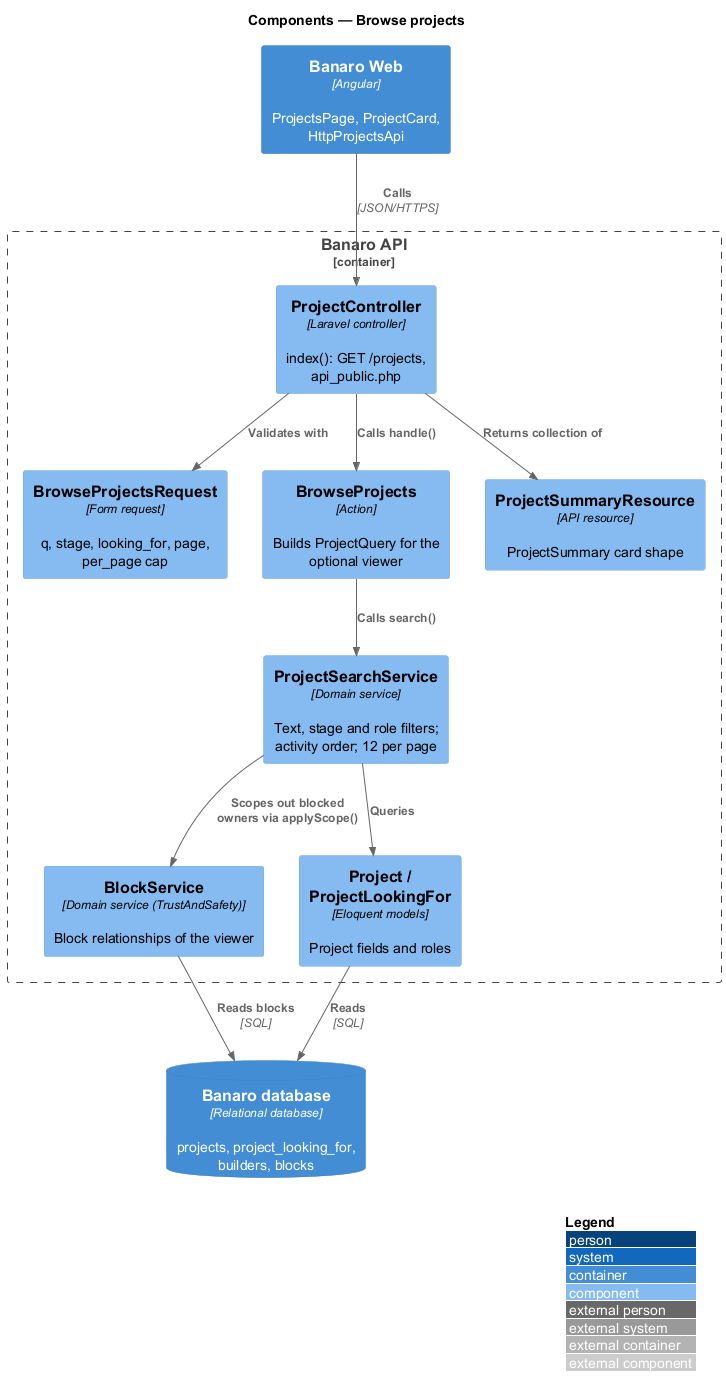
This is docs/detailed-designs/projects/browse-projects/diagrams/c4-component.png from QuinntyneBrown/banaro, a PlantUML export, as it was before one commit.
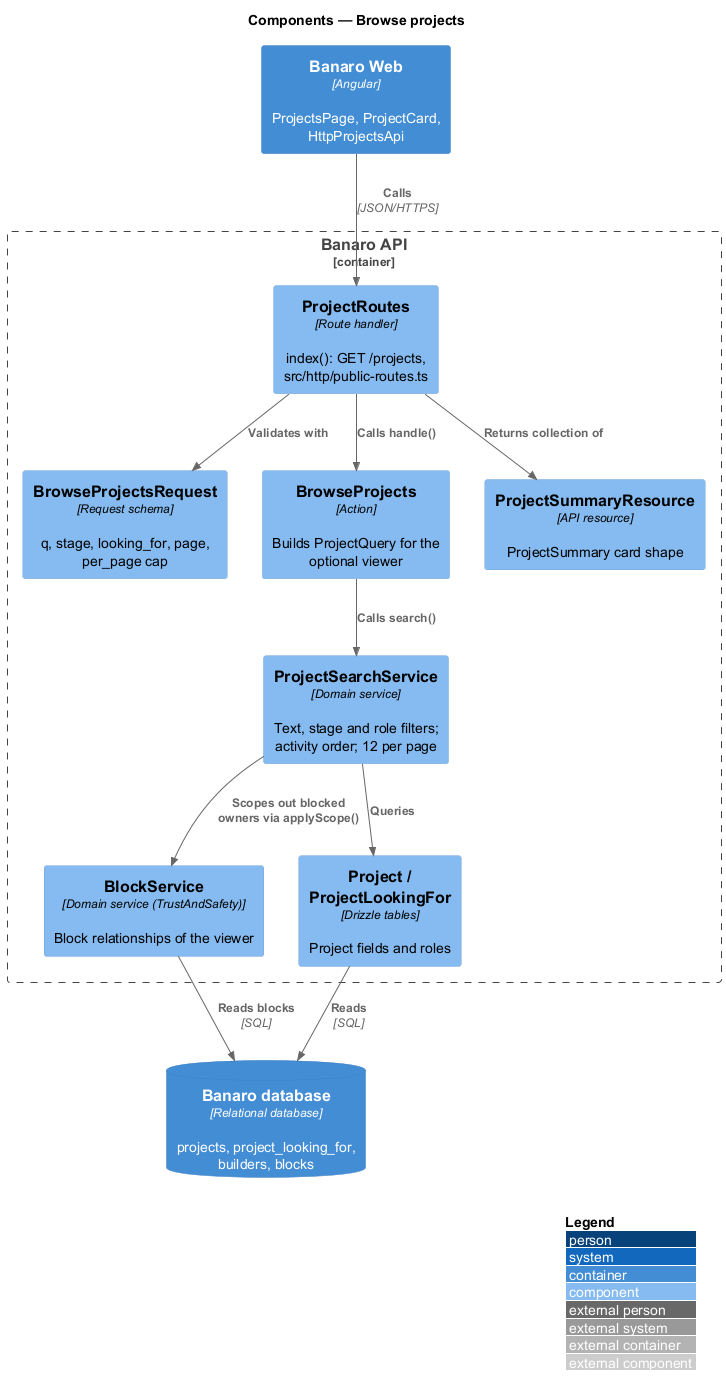
Later version of the same file.

Change to the diagram source:
```diff
@@ -7,12 +7,12 @@
 ContainerDb(db, "Banaro database", "Relational database", "projects, project_looking_for, builders, blocks")
 
 Container_Boundary(api, "Banaro API") {
-  Component(ctrl, "ProjectController", "Laravel controller", "index(): GET /projects, api_public.php")
-  Component(req, "BrowseProjectsRequest", "Form request", "q, stage, looking_for, page, per_page cap")
+  Component(ctrl, "ProjectRoutes", "Route handler", "index(): GET /projects, src/http/public-routes.ts")
+  Component(req, "BrowseProjectsRequest", "Request schema", "q, stage, looking_for, page, per_page cap")
   Component(action, "BrowseProjects", "Action", "Builds ProjectQuery for the optional viewer")
   Component(search, "ProjectSearchService", "Domain service", "Text, stage and role filters; activity order; 12 per page")
   Component(block, "BlockService", "Domain service (TrustAndSafety)", "Block relationships of the viewer")
-  Component(models, "Project / ProjectLookingFor", "Eloquent models", "Project fields and roles")
+  Component(models, "Project / ProjectLookingFor", "Drizzle tables", "Project fields and roles")
   Component(resource, "ProjectSummaryResource", "API resource", "ProjectSummary card shape")
 }
 
```
